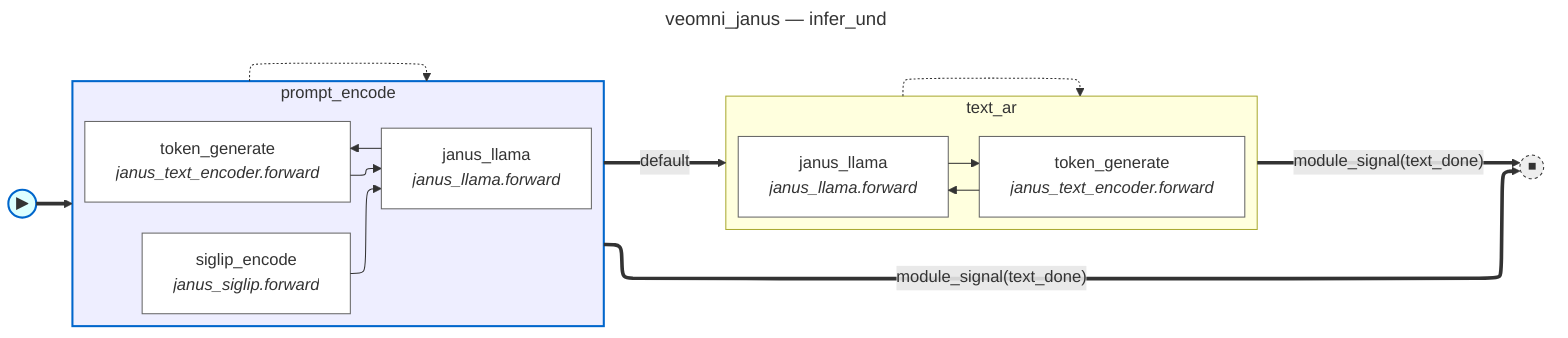
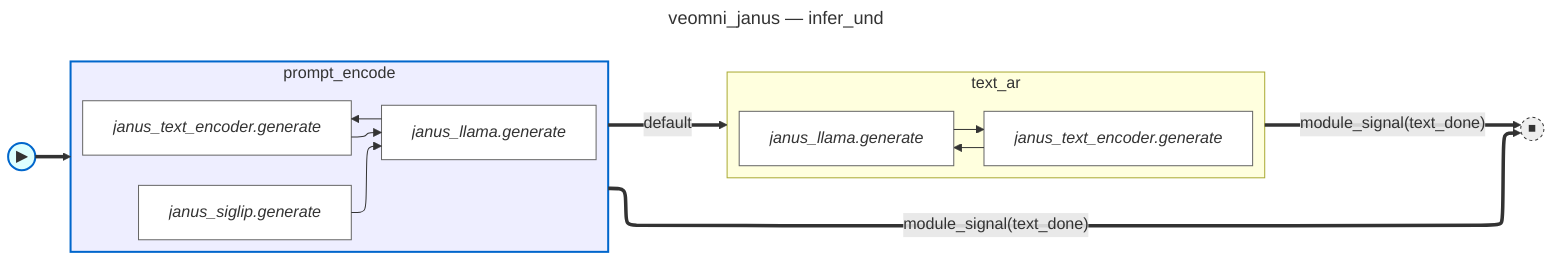
---
title: veomni_janus — infer_und
---
%%{init: {'flowchart': {'defaultRenderer': 'elk'}}}%%
flowchart LR
    fsm_start(("▶")):::fsm_start
    fsm_done(("⏹")):::fsm_terminal
    subgraph state_prompt_encode [prompt_encode]
        direction LR
-         prompt_encode__siglip_encode["siglip_encode<br/><i>janus_siglip.forward</i>"]:::body_node
-         prompt_encode__janus_llama["janus_llama<br/><i>janus_llama.forward</i>"]:::body_node
-         prompt_encode__token_generate["token_generate<br/><i>janus_text_encoder.forward</i>"]:::body_node
-         prompt_encode__siglip_encode --> prompt_encode__janus_llama
-         prompt_encode__token_generate --> prompt_encode__janus_llama
-         prompt_encode__janus_llama --> prompt_encode__token_generate
+         prompt_encode__janus_siglip_generate["<i>janus_siglip.generate</i>"]:::body_node
+         prompt_encode__janus_llama_generate["<i>janus_llama.generate</i>"]:::body_node
+         prompt_encode__janus_text_encoder_generate["<i>janus_text_encoder.generate</i>"]:::body_node
+         prompt_encode__janus_siglip_generate --> prompt_encode__janus_llama_generate
+         prompt_encode__janus_text_encoder_generate --> prompt_encode__janus_llama_generate
+         prompt_encode__janus_llama_generate --> prompt_encode__janus_text_encoder_generate
    end
    subgraph state_text_ar [text_ar]
        direction LR
-         text_ar__token_generate["token_generate<br/><i>janus_text_encoder.forward</i>"]:::body_node
-         text_ar__janus_llama["janus_llama<br/><i>janus_llama.forward</i>"]:::body_node
-         text_ar__token_generate --> text_ar__janus_llama
-         text_ar__janus_llama --> text_ar__token_generate
+         text_ar__janus_text_encoder_generate["<i>janus_text_encoder.generate</i>"]:::body_node
+         text_ar__janus_llama_generate["<i>janus_llama.generate</i>"]:::body_node
+         text_ar__janus_text_encoder_generate --> text_ar__janus_llama_generate
+         text_ar__janus_llama_generate --> text_ar__janus_text_encoder_generate
    end
-     state_prompt_encode -.-> state_prompt_encode
-     state_text_ar -.-> state_text_ar
    fsm_start ==> state_prompt_encode
    state_prompt_encode ==>|"module_signal(text_done)"| fsm_done
    state_prompt_encode ==>|"default"| state_text_ar
    state_text_ar ==>|"module_signal(text_done)"| fsm_done
    classDef body_node fill:#fff,stroke:#666
    classDef fsm_start fill:#dff,stroke:#06c,stroke-width:2px
    classDef fsm_terminal fill:#eee,stroke:#333,stroke-width:1px,stroke-dasharray:3 3
    style state_prompt_encode fill:#eef,stroke:#06c,stroke-width:2px
